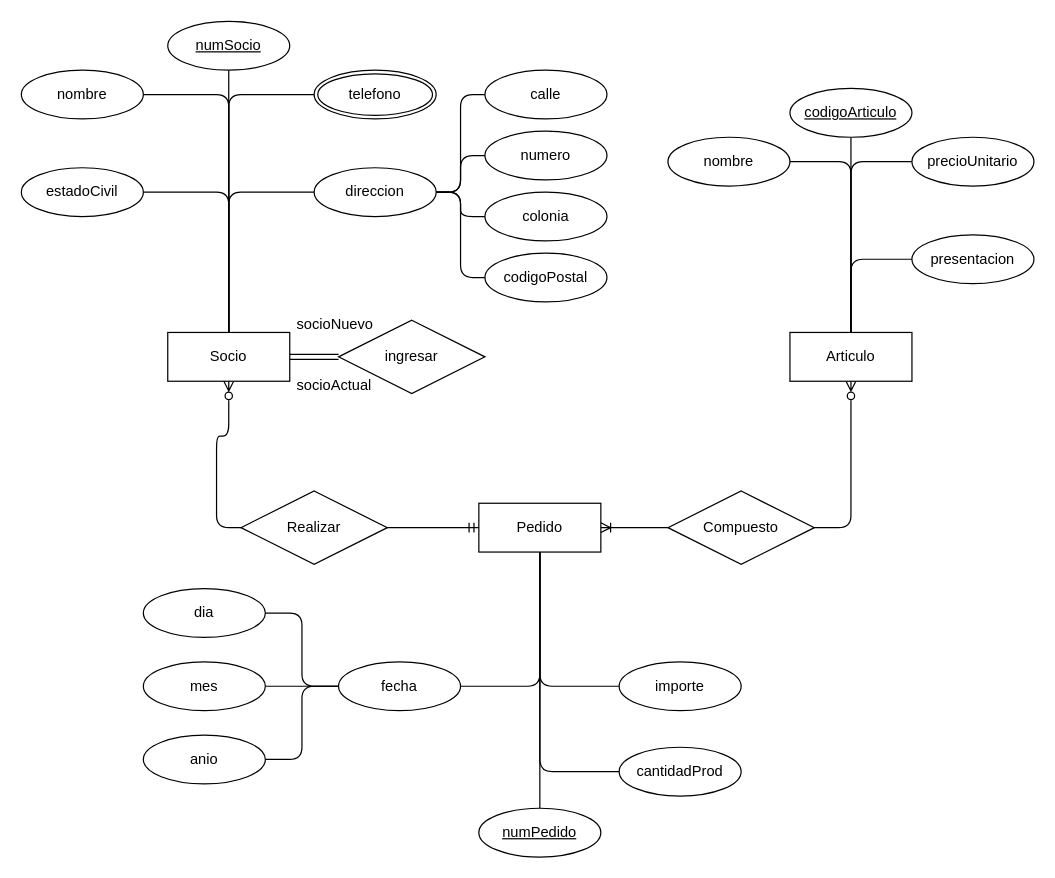
The draw.io diagram Activity-2-3.drawio in xmr-p/DatabaseCharts, before the edit. Source tidied: cells renumbered, new cells numbered last; positions are measured from the earlier drawing's top-left corner, leaving out a move shared by most shapes. Both pictures are drawn from the tidied source at 122%, with x=0, y=0 at pixel (21, 21).
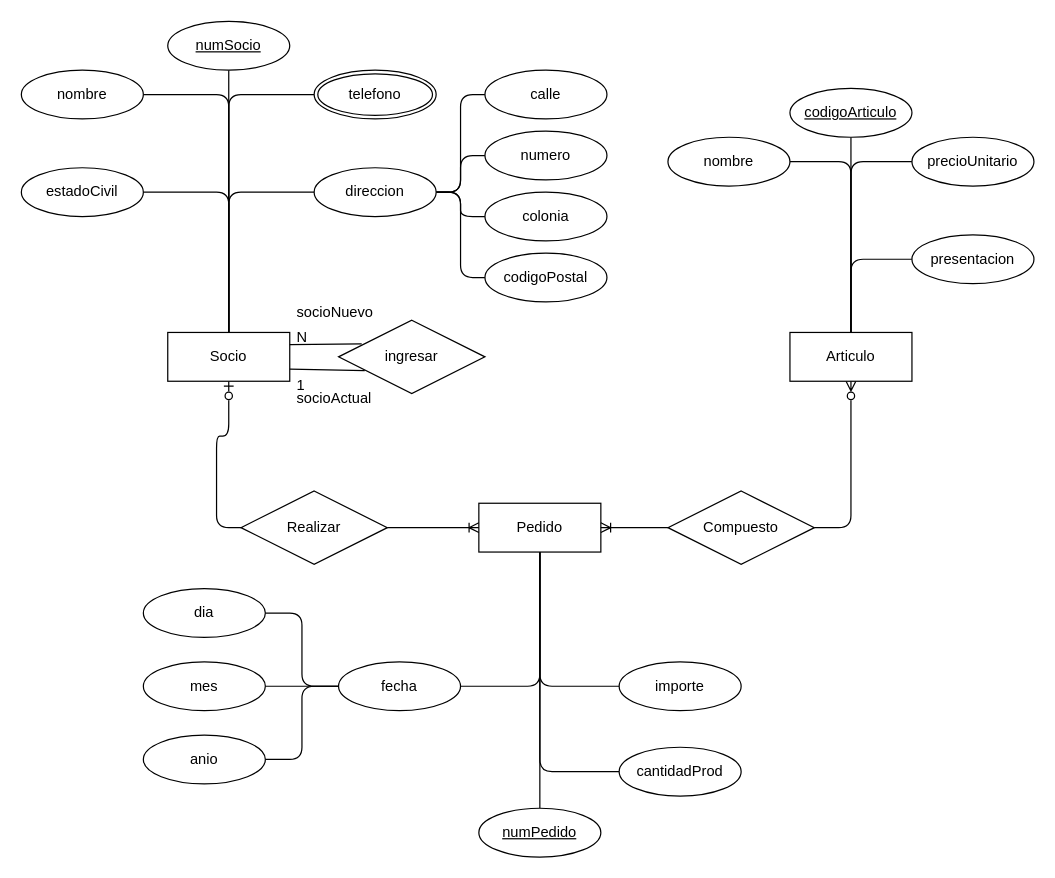
Above is the later version.

The change refers to these unchanged cells:
```xml
<mxCell id="12" value="Pedido" style="whiteSpace=wrap;html=1;align=center;" parent="1" vertex="1">
  <mxGeometry x="375" y="395" width="100" height="40" as="geometry" />
</mxCell>
<mxCell id="19" value="Socio" style="whiteSpace=wrap;html=1;align=center;" parent="1" vertex="1">
  <mxGeometry x="120" y="255" width="100" height="40" as="geometry" />
</mxCell>
<mxCell id="21" value="Realizar" style="shape=rhombus;perimeter=rhombusPerimeter;whiteSpace=wrap;html=1;align=center;" parent="1" vertex="1">
  <mxGeometry x="180" y="385" width="120" height="60" as="geometry" />
</mxCell>
<mxCell id="51" value="ingresar" style="shape=rhombus;perimeter=rhombusPerimeter;whiteSpace=wrap;html=1;align=center;" parent="1" vertex="1">
  <mxGeometry x="260" y="245" width="120" height="60" as="geometry" />
</mxCell>
```

What changed in the source:
```diff
@@
-    <mxCell id="13" style="edgeStyle=orthogonalEdgeStyle;rounded=1;jettySize=auto;html=1;exitX=0.5;exitY=1;exitDx=0;exitDy=0;entryX=0;entryY=0.5;entryDx=0;entryDy=0;curved=0;startArrow=ERzeroToMany;startFill=0;endArrow=none;endFill=0;" parent="1" edge="1" source="19" target="21">
+    <mxCell id="13" style="edgeStyle=orthogonalEdgeStyle;rounded=1;jettySize=auto;html=1;exitX=0.5;exitY=1;exitDx=0;exitDy=0;entryX=0;entryY=0.5;entryDx=0;entryDy=0;curved=0;startArrow=ERzeroToOne;startFill=0;endArrow=none;endFill=0;" parent="1" edge="1" source="19" target="21">
       <mxGeometry relative="1" as="geometry" />
     </mxCell>
@@
-    <mxCell id="20" style="edgeStyle=orthogonalEdgeStyle;rounded=1;jettySize=auto;html=1;exitX=1;exitY=0.5;exitDx=0;exitDy=0;entryX=0;entryY=0.5;entryDx=0;entryDy=0;endArrow=ERmandOne;endFill=0;curved=0;" parent="1" edge="1" source="21" target="12">
+    <mxCell id="20" style="edgeStyle=orthogonalEdgeStyle;rounded=1;jettySize=auto;html=1;exitX=1;exitY=0.5;exitDx=0;exitDy=0;entryX=0;entryY=0.5;entryDx=0;entryDy=0;endArrow=ERoneToMany;endFill=0;curved=0;" parent="1" edge="1" source="21" target="12">
       <mxGeometry relative="1" as="geometry" />
     </mxCell>
@@
-    <mxCell id="52" style="shape=link;html=1;rounded=0;entryX=1;entryY=0.5;entryDx=0;entryDy=0;exitX=0;exitY=0.5;exitDx=0;exitDy=0;" parent="1" edge="1" source="51" target="19">
-      <mxGeometry relative="1" as="geometry" />
-    </mxCell>
     <mxCell id="53" value="socioNuevo" style="text;strokeColor=none;fillColor=none;spacingLeft=4;spacingRight=4;overflow=hidden;fontSize=12;whiteSpace=wrap;html=1;" parent="1" vertex="1">
-      <mxGeometry x="220" y="235" width="80" height="30" as="geometry" />
+      <mxGeometry x="220" y="225" width="80" height="30" as="geometry" />
     </mxCell>
     <mxCell id="54" value="socioActual" style="text;strokeColor=none;fillColor=none;spacingLeft=4;spacingRight=4;overflow=hidden;fontSize=12;whiteSpace=wrap;html=1;" parent="1" vertex="1">
-      <mxGeometry x="220" y="285" width="80" height="30" as="geometry" />
+      <mxGeometry x="220" y="295" width="80" height="30" as="geometry" />
     </mxCell>
+    <mxCell id="55" style="endArrow=none;html=1;rounded=0;exitX=1;exitY=0.75;exitDx=0;exitDy=0;entryX=0.179;entryY=0.688;entryDx=0;entryDy=0;entryPerimeter=0;" parent="1" edge="1" source="19" target="51">
+      <mxGeometry relative="1" as="geometry" />
+    </mxCell>
+    <mxCell id="56" style="endArrow=none;html=1;rounded=0;entryX=0.158;entryY=0.322;entryDx=0;entryDy=0;entryPerimeter=0;exitX=1;exitY=0.25;exitDx=0;exitDy=0;" parent="1" edge="1" source="19" target="51">
+      <mxGeometry relative="1" as="geometry" />
+    </mxCell>
+    <mxCell id="57" value="1" style="text;strokeColor=none;fillColor=none;spacingLeft=4;spacingRight=4;overflow=hidden;fontSize=12;whiteSpace=wrap;html=1;" parent="1" vertex="1">
+      <mxGeometry x="220" y="285" width="40" height="30" as="geometry" />
+    </mxCell>
+    <mxCell id="58" value="N" style="text;strokeColor=none;fillColor=none;spacingLeft=4;spacingRight=4;overflow=hidden;fontSize=12;whiteSpace=wrap;html=1;" parent="1" vertex="1">
+      <mxGeometry x="220" y="245" width="40" height="30" as="geometry" />
+    </mxCell>
```
